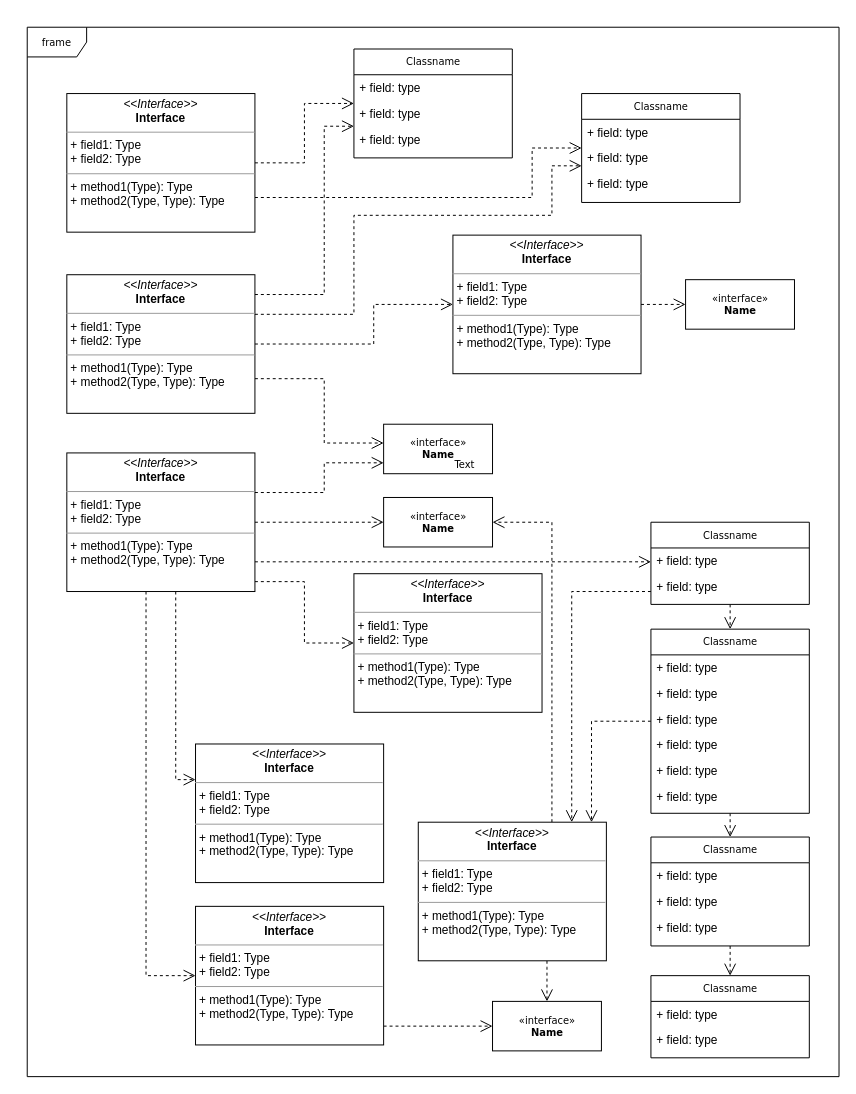
YarSU-Math-AMCS-Advanced-2022/oop-task-samogosha keeps this draw.io diagram as Диаграмма без названия.drawio. Above is the earlier version. Source tidied: cells renumbered, new cells numbered last; positions are measured from the earlier drawing's top-left corner, leaving out a move shared by most shapes. Both pictures are drawn from the tidied source at 99%, with x=0, y=0 at pixel (27, 27).
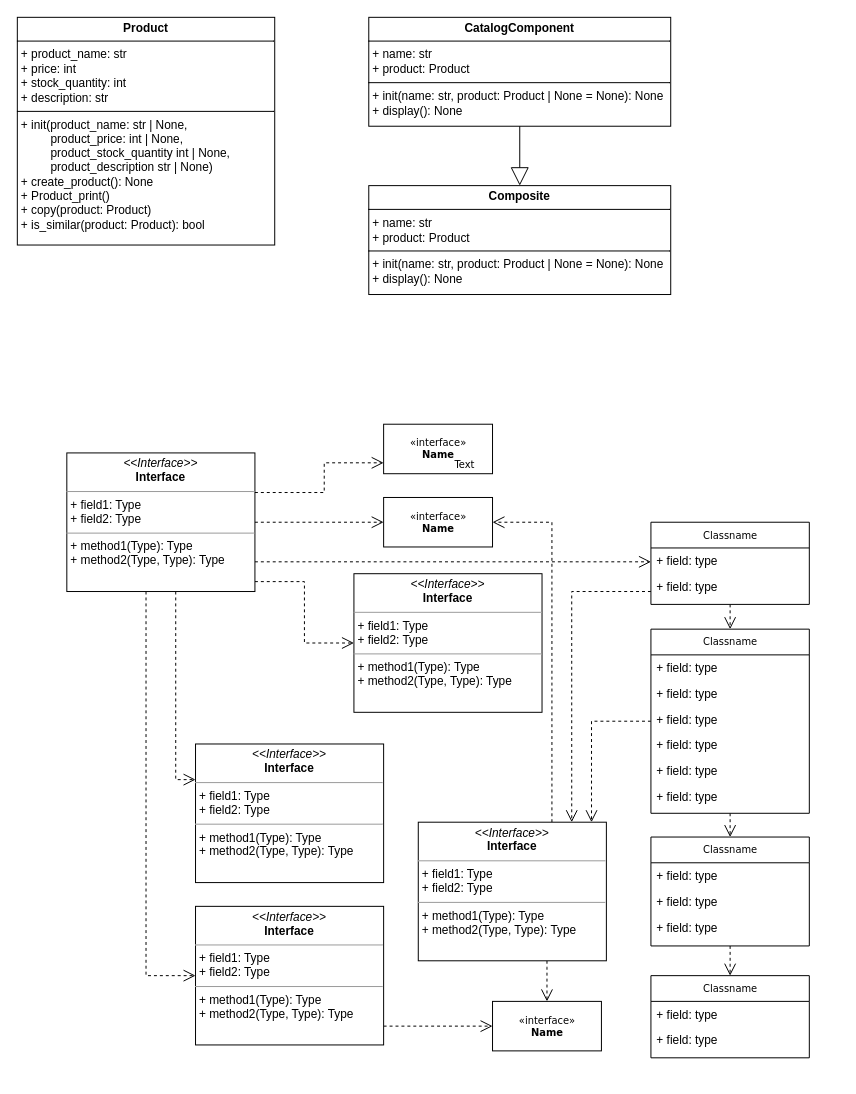
Above is the later version.

Commit message:
Обновлена диаграмма классов

Unchanged cells that the change refers to:
```xml
<mxCell id="41" value="&amp;laquo;interface&amp;raquo;&lt;br&gt;&lt;b&gt;Name&lt;/b&gt;" style="html=1;rounded=0;shadow=0;comic=0;labelBackgroundColor=none;strokeWidth=1;fontFamily=Verdana;fontSize=10;align=center;" parent="1" vertex="1">
  <mxGeometry x="360" y="401" width="110" height="50" as="geometry" />
</mxCell>
```

The edit, as a diff of the source:
```diff
@@
-    <mxCell id="2" value="frame" style="shape=umlFrame;whiteSpace=wrap;html=1;rounded=0;shadow=0;comic=0;labelBackgroundColor=none;strokeWidth=1;fontFamily=Verdana;fontSize=10;align=center;" parent="1" vertex="1">
-      <mxGeometry width="820" height="1060" as="geometry" />
-    </mxCell>
@@
-    <mxCell id="12" value="Classname" style="swimlane;html=1;fontStyle=0;horizontal=1;startSize=26;fillColor=none;swimlaneFillColor=#ffffff;rounded=0;shadow=0;comic=0;labelBackgroundColor=none;strokeWidth=1;fontFamily=Verdana;fontSize=10;align=center;" parent="1" vertex="1">
-      <mxGeometry x="330" y="22" width="160" height="110" as="geometry" />
-    </mxCell>
-    <mxCell id="13" value="+ field: type" style="text;html=1;strokeColor=none;fillColor=none;align=left;verticalAlign=top;spacingLeft=4;spacingRight=4;whiteSpace=wrap;overflow=hidden;" parent="12" vertex="1">
-      <mxGeometry y="26" width="160" height="26" as="geometry" />
-    </mxCell>
-    <mxCell id="14" value="+ field: type" style="text;html=1;strokeColor=none;fillColor=none;align=left;verticalAlign=top;spacingLeft=4;spacingRight=4;whiteSpace=wrap;overflow=hidden;" parent="12" vertex="1">
-      <mxGeometry y="52" width="160" height="26" as="geometry" />
-    </mxCell>
-    <mxCell id="15" value="+ field: type" style="text;html=1;strokeColor=none;fillColor=none;align=left;verticalAlign=top;spacingLeft=4;spacingRight=4;whiteSpace=wrap;overflow=hidden;" parent="12" vertex="1">
-      <mxGeometry y="78" width="160" height="26" as="geometry" />
-    </mxCell>
-    <mxCell id="16" value="Classname" style="swimlane;html=1;fontStyle=0;horizontal=1;startSize=26;fillColor=none;swimlaneFillColor=#ffffff;rounded=0;shadow=0;comic=0;labelBackgroundColor=none;strokeWidth=1;fontFamily=Verdana;fontSize=10;align=center;" parent="1" vertex="1">
-      <mxGeometry x="560" y="67" width="160" height="110" as="geometry" />
-    </mxCell>
-    <mxCell id="17" value="+ field: type" style="text;html=1;strokeColor=none;fillColor=none;align=left;verticalAlign=top;spacingLeft=4;spacingRight=4;whiteSpace=wrap;overflow=hidden;" parent="16" vertex="1">
-      <mxGeometry y="26" width="160" height="26" as="geometry" />
-    </mxCell>
-    <mxCell id="18" value="+ field: type" style="text;html=1;strokeColor=none;fillColor=none;align=left;verticalAlign=top;spacingLeft=4;spacingRight=4;whiteSpace=wrap;overflow=hidden;" parent="16" vertex="1">
-      <mxGeometry y="52" width="160" height="26" as="geometry" />
-    </mxCell>
-    <mxCell id="19" value="+ field: type" style="text;html=1;strokeColor=none;fillColor=none;align=left;verticalAlign=top;spacingLeft=4;spacingRight=4;whiteSpace=wrap;overflow=hidden;" parent="16" vertex="1">
-      <mxGeometry y="78" width="160" height="26" as="geometry" />
-    </mxCell>
@@
-    <mxCell id="42" style="edgeStyle=orthogonalEdgeStyle;rounded=0;html=1;dashed=1;labelBackgroundColor=none;startFill=0;endArrow=open;endFill=0;endSize=10;fontFamily=Verdana;fontSize=10;" parent="1" edge="1" source="43" target="45">
-      <mxGeometry relative="1" as="geometry" />
-    </mxCell>
-    <mxCell id="43" value="&lt;p style=&quot;margin:0px;margin-top:4px;text-align:center;&quot;&gt;&lt;i&gt;&amp;lt;&amp;lt;Interface&amp;gt;&amp;gt;&lt;/i&gt;&lt;br/&gt;&lt;b&gt;Interface&lt;/b&gt;&lt;/p&gt;&lt;hr size=&quot;1&quot;/&gt;&lt;p style=&quot;margin:0px;margin-left:4px;&quot;&gt;+ field1: Type&lt;br/&gt;+ field2: Type&lt;/p&gt;&lt;hr size=&quot;1&quot;/&gt;&lt;p style=&quot;margin:0px;margin-left:4px;&quot;&gt;+ method1(Type): Type&lt;br/&gt;+ method2(Type, Type): Type&lt;/p&gt;" style="verticalAlign=top;align=left;overflow=fill;fontSize=12;fontFamily=Helvetica;html=1;rounded=0;shadow=0;comic=0;labelBackgroundColor=none;strokeWidth=1;" parent="1" vertex="1">
-      <mxGeometry x="430" y="210" width="190" height="140" as="geometry" />
-    </mxCell>
@@
-    <mxCell id="45" value="&amp;laquo;interface&amp;raquo;&lt;br&gt;&lt;b&gt;Name&lt;/b&gt;" style="html=1;rounded=0;shadow=0;comic=0;labelBackgroundColor=none;strokeWidth=1;fontFamily=Verdana;fontSize=10;align=center;" parent="1" vertex="1">
-      <mxGeometry x="665" y="255" width="110" height="50" as="geometry" />
-    </mxCell>
-    <mxCell id="46" style="edgeStyle=orthogonalEdgeStyle;rounded=0;html=1;labelBackgroundColor=none;startFill=0;endArrow=open;endFill=0;endSize=10;fontFamily=Verdana;fontSize=10;dashed=1;" parent="1" edge="1" source="48" target="12">
-      <mxGeometry relative="1" as="geometry" />
-    </mxCell>
-    <mxCell id="47" style="edgeStyle=orthogonalEdgeStyle;rounded=0;html=1;exitX=1;exitY=0.75;dashed=1;labelBackgroundColor=none;startFill=0;endArrow=open;endFill=0;endSize=10;fontFamily=Verdana;fontSize=10;" parent="1" edge="1" source="48" target="16">
-      <mxGeometry relative="1" as="geometry">
-        <Array as="points">
-          <mxPoint x="510" y="172" />
-          <mxPoint x="510" y="122" />
-        </Array>
-      </mxGeometry>
-    </mxCell>
-    <mxCell id="48" value="&lt;p style=&quot;margin:0px;margin-top:4px;text-align:center;&quot;&gt;&lt;i&gt;&amp;lt;&amp;lt;Interface&amp;gt;&amp;gt;&lt;/i&gt;&lt;br/&gt;&lt;b&gt;Interface&lt;/b&gt;&lt;/p&gt;&lt;hr size=&quot;1&quot;/&gt;&lt;p style=&quot;margin:0px;margin-left:4px;&quot;&gt;+ field1: Type&lt;br/&gt;+ field2: Type&lt;/p&gt;&lt;hr size=&quot;1&quot;/&gt;&lt;p style=&quot;margin:0px;margin-left:4px;&quot;&gt;+ method1(Type): Type&lt;br/&gt;+ method2(Type, Type): Type&lt;/p&gt;" style="verticalAlign=top;align=left;overflow=fill;fontSize=12;fontFamily=Helvetica;html=1;rounded=0;shadow=0;comic=0;labelBackgroundColor=none;strokeWidth=1;" parent="1" vertex="1">
-      <mxGeometry x="40" y="67" width="190" height="140" as="geometry" />
-    </mxCell>
-    <mxCell id="49" style="edgeStyle=orthogonalEdgeStyle;rounded=0;html=1;dashed=1;labelBackgroundColor=none;startFill=0;endArrow=open;endFill=0;endSize=10;fontFamily=Verdana;fontSize=10;" parent="1" edge="1" source="53" target="12">
-      <mxGeometry relative="1" as="geometry">
-        <Array as="points">
-          <mxPoint x="300" y="270" />
-          <mxPoint x="300" y="100" />
-        </Array>
-      </mxGeometry>
-    </mxCell>
-    <mxCell id="50" style="edgeStyle=orthogonalEdgeStyle;rounded=0;html=1;dashed=1;labelBackgroundColor=none;startFill=0;endArrow=open;endFill=0;endSize=10;fontFamily=Verdana;fontSize=10;" parent="1" edge="1" source="53" target="16">
-      <mxGeometry relative="1" as="geometry">
-        <Array as="points">
-          <mxPoint x="330" y="290" />
-          <mxPoint x="330" y="190" />
-          <mxPoint x="530" y="190" />
-          <mxPoint x="530" y="140" />
-        </Array>
-      </mxGeometry>
-    </mxCell>
-    <mxCell id="51" style="edgeStyle=orthogonalEdgeStyle;rounded=0;html=1;dashed=1;labelBackgroundColor=none;startFill=0;endArrow=open;endFill=0;endSize=10;fontFamily=Verdana;fontSize=10;" parent="1" edge="1" source="53" target="43">
-      <mxGeometry relative="1" as="geometry">
-        <Array as="points">
-          <mxPoint x="350" y="320" />
-          <mxPoint x="350" y="280" />
-        </Array>
-      </mxGeometry>
-    </mxCell>
-    <mxCell id="52" style="edgeStyle=orthogonalEdgeStyle;rounded=0;html=1;exitX=1;exitY=0.75;dashed=1;labelBackgroundColor=none;startFill=0;endArrow=open;endFill=0;endSize=10;fontFamily=Verdana;fontSize=10;" parent="1" edge="1" source="53" target="41">
-      <mxGeometry relative="1" as="geometry">
-        <Array as="points">
-          <mxPoint x="300" y="355" />
-          <mxPoint x="300" y="420" />
-        </Array>
-      </mxGeometry>
-    </mxCell>
-    <mxCell id="53" value="&lt;p style=&quot;margin:0px;margin-top:4px;text-align:center;&quot;&gt;&lt;i&gt;&amp;lt;&amp;lt;Interface&amp;gt;&amp;gt;&lt;/i&gt;&lt;br/&gt;&lt;b&gt;Interface&lt;/b&gt;&lt;/p&gt;&lt;hr size=&quot;1&quot;/&gt;&lt;p style=&quot;margin:0px;margin-left:4px;&quot;&gt;+ field1: Type&lt;br/&gt;+ field2: Type&lt;/p&gt;&lt;hr size=&quot;1&quot;/&gt;&lt;p style=&quot;margin:0px;margin-left:4px;&quot;&gt;+ method1(Type): Type&lt;br/&gt;+ method2(Type, Type): Type&lt;/p&gt;" style="verticalAlign=top;align=left;overflow=fill;fontSize=12;fontFamily=Helvetica;html=1;rounded=0;shadow=0;comic=0;labelBackgroundColor=none;strokeWidth=1;" parent="1" vertex="1">
-      <mxGeometry x="40" y="250" width="190" height="140" as="geometry" />
-    </mxCell>
@@
+    <mxCell id="62" value="&lt;p style=&quot;margin:0px;margin-top:4px;text-align:center;&quot;&gt;&lt;b&gt;Product&lt;/b&gt;&lt;/p&gt;&lt;hr size=&quot;1&quot; style=&quot;border-style:solid;&quot;&gt;&lt;p style=&quot;margin:0px;margin-left:4px;&quot;&gt;+ product_name: str&lt;/p&gt;&lt;p style=&quot;margin:0px;margin-left:4px;&quot;&gt;+ price: int&lt;/p&gt;&lt;p style=&quot;margin:0px;margin-left:4px;&quot;&gt;+&amp;nbsp;stock_quantity: int&lt;/p&gt;&lt;p style=&quot;margin:0px;margin-left:4px;&quot;&gt;+&amp;nbsp;description: str&lt;/p&gt;&lt;hr size=&quot;1&quot; style=&quot;border-style:solid;&quot;&gt;&lt;p style=&quot;margin:0px;margin-left:4px;&quot;&gt;&lt;span style=&quot;background-color: initial;&quot;&gt;+ init(&lt;/span&gt;&lt;span style=&quot;background-color: initial;&quot;&gt;product_name: str | None,&lt;/span&gt;&lt;/p&gt;&lt;p style=&quot;margin:0px;margin-left:4px;&quot;&gt;&lt;span style=&quot;background-color: initial;&quot;&gt;&lt;span style=&quot;white-space: pre;&quot;&gt;&#9;&lt;/span&gt;&amp;nbsp;product_price: int | None,&amp;nbsp;&lt;/span&gt;&lt;/p&gt;&lt;p style=&quot;margin:0px;margin-left:4px;&quot;&gt;&amp;nbsp; &amp;nbsp; &amp;nbsp; &amp;nbsp; &amp;nbsp;product_stock_quantity int | None,&lt;/p&gt;&lt;p style=&quot;margin:0px;margin-left:4px;&quot;&gt;&lt;span style=&quot;background-color: initial;&quot;&gt;&amp;nbsp; &amp;nbsp; &amp;nbsp; &amp;nbsp; &amp;nbsp;product_description str | None&lt;/span&gt;&lt;span style=&quot;background-color: initial;&quot;&gt;)&lt;/span&gt;&lt;/p&gt;&lt;p style=&quot;margin:0px;margin-left:4px;&quot;&gt;&lt;span style=&quot;background-color: initial;&quot;&gt;+ create_product(): None&lt;/span&gt;&lt;br&gt;&lt;/p&gt;&lt;p style=&quot;margin:0px;margin-left:4px;&quot;&gt;&lt;span style=&quot;background-color: initial;&quot;&gt;+ Product_print()&lt;/span&gt;&lt;/p&gt;&lt;p style=&quot;margin:0px;margin-left:4px;&quot;&gt;&lt;span style=&quot;background-color: initial;&quot;&gt;+ copy(product: Product)&lt;/span&gt;&lt;/p&gt;&lt;p style=&quot;margin:0px;margin-left:4px;&quot;&gt;&lt;span style=&quot;background-color: initial;&quot;&gt;+ is_similar(product: Product): bool&lt;/span&gt;&lt;/p&gt;&lt;p style=&quot;margin:0px;margin-left:4px;&quot;&gt;&lt;span style=&quot;background-color: initial;&quot;&gt;&lt;br&gt;&lt;/span&gt;&lt;/p&gt;&lt;p style=&quot;margin:0px;margin-left:4px;&quot;&gt;&lt;span style=&quot;background-color: initial;&quot;&gt;&lt;br&gt;&lt;/span&gt;&lt;/p&gt;" style="verticalAlign=top;align=left;overflow=fill;html=1;whiteSpace=wrap;" parent="1" vertex="1">
+      <mxGeometry x="-10" y="-10" width="260" height="230" as="geometry" />
+    </mxCell>
+    <mxCell id="63" value="&lt;p style=&quot;margin:0px;margin-top:4px;text-align:center;&quot;&gt;&lt;b&gt;CatalogComponent&lt;/b&gt;&lt;/p&gt;&lt;hr size=&quot;1&quot; style=&quot;border-style:solid;&quot;&gt;&lt;p style=&quot;margin:0px;margin-left:4px;&quot;&gt;+ name: str&lt;/p&gt;&lt;p style=&quot;margin:0px;margin-left:4px;&quot;&gt;+ product: Product&lt;/p&gt;&lt;hr size=&quot;1&quot; style=&quot;border-style:solid;&quot;&gt;&lt;p style=&quot;margin:0px;margin-left:4px;&quot;&gt;+ init(name: str, product: Product | None = None): None&lt;/p&gt;&lt;p style=&quot;margin:0px;margin-left:4px;&quot;&gt;&lt;span style=&quot;background-color: initial;&quot;&gt;+ display(): None&lt;/span&gt;&lt;br&gt;&lt;/p&gt;&lt;p style=&quot;margin:0px;margin-left:4px;&quot;&gt;&lt;br&gt;&lt;/p&gt;&lt;p style=&quot;margin:0px;margin-left:4px;&quot;&gt;&lt;span style=&quot;background-color: initial;&quot;&gt;&lt;br&gt;&lt;/span&gt;&lt;/p&gt;&lt;p style=&quot;margin:0px;margin-left:4px;&quot;&gt;&lt;span style=&quot;background-color: initial;&quot;&gt;&lt;br&gt;&lt;/span&gt;&lt;/p&gt;" style="verticalAlign=top;align=left;overflow=fill;html=1;whiteSpace=wrap;" parent="1" vertex="1">
+      <mxGeometry x="345" y="-10" width="305" height="110" as="geometry" />
+    </mxCell>
+    <mxCell id="64" value="&lt;p style=&quot;margin:0px;margin-top:4px;text-align:center;&quot;&gt;&lt;b&gt;Composite&lt;/b&gt;&lt;/p&gt;&lt;hr size=&quot;1&quot; style=&quot;border-style:solid;&quot;&gt;&lt;p style=&quot;margin: 0px 0px 0px 4px;&quot;&gt;+ name: str&lt;/p&gt;&lt;p style=&quot;margin: 0px 0px 0px 4px;&quot;&gt;+ product: Product&lt;/p&gt;&lt;hr style=&quot;border-style: solid;&quot; size=&quot;1&quot;&gt;&lt;p style=&quot;margin: 0px 0px 0px 4px;&quot;&gt;+ init(name: str, product: Product | None = None): None&lt;/p&gt;&lt;p style=&quot;margin: 0px 0px 0px 4px;&quot;&gt;&lt;span style=&quot;background-color: initial;&quot;&gt;+ display(): None&lt;/span&gt;&lt;br&gt;&lt;/p&gt;&lt;p style=&quot;margin: 0px 0px 0px 4px;&quot;&gt;&lt;br&gt;&lt;/p&gt;&lt;p style=&quot;margin:0px;margin-left:4px;&quot;&gt;&lt;span style=&quot;background-color: initial;&quot;&gt;&lt;br&gt;&lt;/span&gt;&lt;/p&gt;&lt;p style=&quot;margin:0px;margin-left:4px;&quot;&gt;&lt;span style=&quot;background-color: initial;&quot;&gt;&lt;br&gt;&lt;/span&gt;&lt;/p&gt;" style="verticalAlign=top;align=left;overflow=fill;html=1;whiteSpace=wrap;" parent="1" vertex="1">
+      <mxGeometry x="345" y="160" width="305" height="110" as="geometry" />
+    </mxCell>
+    <mxCell id="65" style="endArrow=block;endSize=16;endFill=0;html=1;rounded=0;exitX=0.5;exitY=1;exitDx=0;exitDy=0;entryX=0.5;entryY=0;entryDx=0;entryDy=0;" parent="1" edge="1" source="63" target="64">
+      <mxGeometry relative="1" as="geometry" />
+    </mxCell>
```
